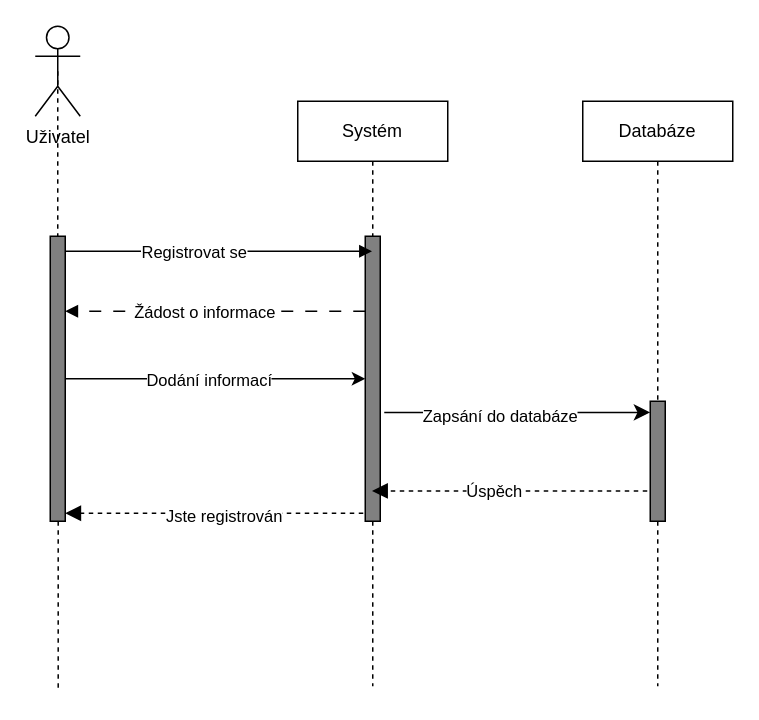
The draw.io diagram page "Regidter" (1 of 11) of IUS/IUS_projekt/Sequence.drawio in dan1235689/Diagrams, before the edit. Source tidied: cells renumbered, new cells numbered last; positions are measured from the earlier drawing's top-left corner, leaving out a move shared by most shapes. Both pictures are drawn from the tidied source at 150%, with x=0, y=0 at pixel (34, 26).
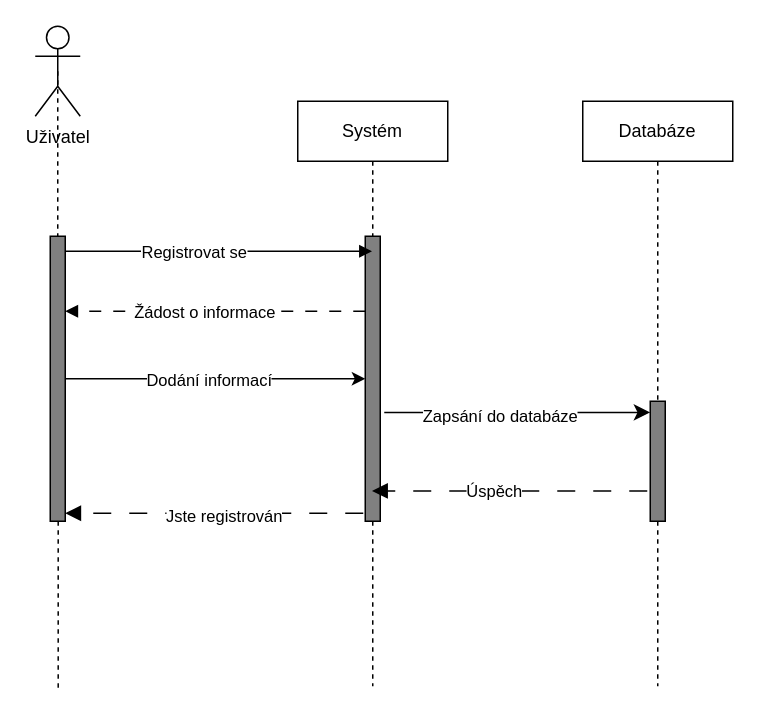
Above is the later version.

Unchanged cells that the change refers to:
```xml
<mxCell id="2" value="Systém" style="shape=umlLifeline;perimeter=lifelinePerimeter;whiteSpace=wrap;html=1;outlineConnect=0;" parent="1" vertex="1">
  <mxGeometry x="175" y="50" width="100" height="390" as="geometry" />
</mxCell>
<mxCell id="3" style="html=1;points=[];perimeter=orthogonalPerimeter;fillColor=#808080;" parent="2" vertex="1">
  <mxGeometry x="45" y="90" width="10" height="190" as="geometry" />
</mxCell>
<mxCell id="9" style="html=1;points=[];perimeter=orthogonalPerimeter;fillColor=#808080;" parent="1" vertex="1">
  <mxGeometry x="10" y="140" width="10" height="190" as="geometry" />
</mxCell>
<mxCell id="15" style="html=1;points=[];perimeter=orthogonalPerimeter;fillColor=#808080;" parent="14" vertex="1">
  <mxGeometry x="45" y="200" width="10" height="80" as="geometry" />
</mxCell>
```

The edit, as a diff of the source:
```diff
@@
-    <mxCell id="18" style="endArrow=block;startArrow=none;endFill=1;startFill=0;endSize=8;html=1;verticalAlign=bottom;dashed=1;labelBackgroundColor=none;exitX=-0.2;exitY=0.747;exitDx=0;exitDy=0;exitPerimeter=0;" parent="1" edge="1" source="15" target="2">
+    <mxCell id="18" style="endArrow=block;startArrow=none;endFill=1;startFill=0;endSize=8;html=1;verticalAlign=bottom;dashed=1;labelBackgroundColor=none;exitX=-0.2;exitY=0.747;exitDx=0;exitDy=0;exitPerimeter=0;dashPattern=12 12;" parent="1" edge="1" source="15" target="2">
       <mxGeometry relative="1" as="geometry" />
     </mxCell>
@@
-    <mxCell id="20" style="endArrow=block;startArrow=none;endFill=1;startFill=0;endSize=8;html=1;verticalAlign=bottom;dashed=1;labelBackgroundColor=none;exitX=-0.133;exitY=0.972;exitDx=0;exitDy=0;exitPerimeter=0;" parent="1" edge="1" source="3" target="9">
+    <mxCell id="20" style="endArrow=block;startArrow=none;endFill=1;startFill=0;endSize=8;html=1;verticalAlign=bottom;dashed=1;labelBackgroundColor=none;exitX=-0.133;exitY=0.972;exitDx=0;exitDy=0;exitPerimeter=0;dashPattern=12 12;" parent="1" edge="1" source="3" target="9">
       <mxGeometry relative="1" as="geometry" />
     </mxCell>
```
